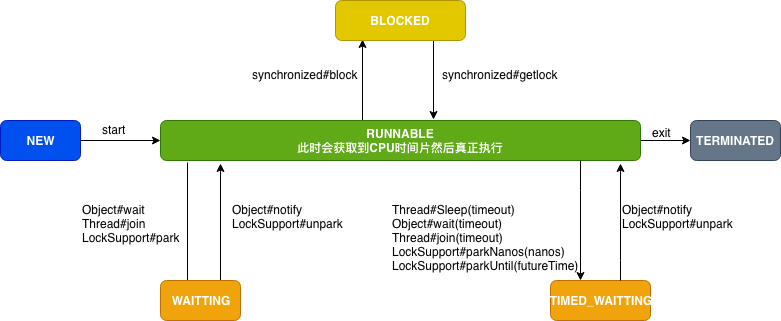
This is java/lock/ref/juc-thread-jvm-state.png from time-sliders/note, a draw.io export, as it was before one commit. Source tidied: cells renumbered, new cells last; positions are measured from the earlier drawing's top-left corner, leaving out a move shared by most shapes. The source it was exported from:
```xml
<mxGraphModel>
  <root>
    <mxCell id="0" />
    <mxCell id="1" parent="0" />
    <mxCell id="2" style="edgeStyle=orthogonalEdgeStyle;rounded=0;jettySize=auto;html=1;" parent="1" edge="1" source="3" target="7">
      <mxGeometry relative="1" as="geometry" />
    </mxCell>
    <mxCell id="3" value="NEW" style="rounded=1;whiteSpace=wrap;html=1;fontStyle=1;fillColor=#0050ef;strokeColor=#001DBC;fontColor=#ffffff;" parent="1" vertex="1">
      <mxGeometry y="120" width="80" height="40" as="geometry" />
    </mxCell>
    <mxCell id="4" style="edgeStyle=orthogonalEdgeStyle;rounded=0;orthogonalLoop=1;jettySize=auto;html=1;" parent="1" edge="1">
      <mxGeometry relative="1" as="geometry">
        <mxPoint x="187" y="162" as="sourcePoint" />
        <mxPoint x="187" y="299" as="targetPoint" />
      </mxGeometry>
    </mxCell>
    <mxCell id="5" style="edgeStyle=orthogonalEdgeStyle;rounded=0;jettySize=auto;html=1;" parent="1" edge="1" source="7" target="10">
      <mxGeometry relative="1" as="geometry" />
    </mxCell>
    <mxCell id="6" style="edgeStyle=orthogonalEdgeStyle;rounded=0;jettySize=auto;html=1;entryX=0.208;entryY=0.975;entryDx=0;entryDy=0;exitX=0.5;exitY=0;exitDx=0;exitDy=0;entryPerimeter=0;" parent="1" edge="1" target="9">
      <mxGeometry relative="1" as="geometry">
        <mxPoint x="362" y="120" as="sourcePoint" />
      </mxGeometry>
    </mxCell>
    <mxCell id="7" value="RUNNABLE&lt;br&gt;此时会获取到CPU时间片然后真正执行&lt;br&gt;" style="rounded=1;whiteSpace=wrap;html=1;fontStyle=1;fillColor=#60a917;strokeColor=#2D7600;fontColor=#ffffff;" parent="1" vertex="1">
      <mxGeometry x="160" y="120" width="480" height="40" as="geometry" />
    </mxCell>
    <mxCell id="8" style="edgeStyle=orthogonalEdgeStyle;rounded=0;jettySize=auto;html=1;exitX=0.75;exitY=1;exitDx=0;exitDy=0;" parent="1" edge="1" source="9">
      <mxGeometry relative="1" as="geometry">
        <mxPoint x="433" y="119" as="targetPoint" />
      </mxGeometry>
    </mxCell>
    <mxCell id="9" value="BLOCKED" style="rounded=1;whiteSpace=wrap;html=1;fontStyle=1;fillColor=#e3c800;strokeColor=#B09500;fontColor=#ffffff;" parent="1" vertex="1">
      <mxGeometry x="335" width="130" height="40" as="geometry" />
    </mxCell>
    <mxCell id="10" value="&lt;strong&gt;&lt;span&gt;TERMINATED&lt;/span&gt;&lt;/strong&gt;" style="rounded=1;whiteSpace=wrap;html=1;fillColor=#647687;strokeColor=#314354;fontColor=#ffffff;" parent="1" vertex="1">
      <mxGeometry x="690" y="120" width="90" height="40" as="geometry" />
    </mxCell>
    <mxCell id="11" style="edgeStyle=orthogonalEdgeStyle;rounded=0;jettySize=auto;html=1;exitX=0.75;exitY=0;exitDx=0;exitDy=0;" parent="1" edge="1" source="12">
      <mxGeometry relative="1" as="geometry">
        <mxPoint x="220" y="163" as="targetPoint" />
      </mxGeometry>
    </mxCell>
    <mxCell id="12" value="WAITTING&lt;br&gt;" style="rounded=1;whiteSpace=wrap;html=1;fontStyle=1;fillColor=#f0a30a;strokeColor=#BD7000;fontColor=#ffffff;" parent="1" vertex="1">
      <mxGeometry x="160" y="280" width="80" height="40" as="geometry" />
    </mxCell>
    <mxCell id="13" value="Object#wait&lt;br&gt;Thread#join&lt;br&gt;LockSupport#park&lt;br&gt;&lt;br&gt;" style="text;html=1;align=left;verticalAlign=top;spacingTop=-4;" parent="1" vertex="1">
      <mxGeometry x="80" y="200" width="110" height="60" as="geometry" />
    </mxCell>
    <mxCell id="14" value="Object#notify&lt;br&gt;LockSupport#unpark&lt;br&gt;" style="text;html=1;align=left;verticalAlign=top;spacingTop=-4;" parent="1" vertex="1">
      <mxGeometry x="230" y="200" width="130" height="30" as="geometry" />
    </mxCell>
    <mxCell id="15" value="TIMED_WAITTING&lt;br&gt;" style="rounded=1;whiteSpace=wrap;html=1;fontStyle=1;fillColor=#f0a30a;strokeColor=#BD7000;fontColor=#ffffff;" parent="1" vertex="1">
      <mxGeometry x="550" y="280" width="100" height="40" as="geometry" />
    </mxCell>
    <mxCell id="16" style="edgeStyle=orthogonalEdgeStyle;rounded=0;orthogonalLoop=1;jettySize=auto;html=1;exitX=0.054;exitY=1;exitDx=0;exitDy=0;exitPerimeter=0;" parent="1" edge="1">
      <mxGeometry relative="1" as="geometry">
        <mxPoint x="579.5" y="160" as="sourcePoint" />
        <mxPoint x="580" y="280" as="targetPoint" />
        <Array as="points">
          <mxPoint x="580" y="190" />
          <mxPoint x="580" y="190" />
        </Array>
      </mxGeometry>
    </mxCell>
    <mxCell id="17" style="edgeStyle=orthogonalEdgeStyle;rounded=0;orthogonalLoop=1;jettySize=auto;html=1;" parent="1" edge="1">
      <mxGeometry relative="1" as="geometry">
        <mxPoint x="620" y="280" as="sourcePoint" />
        <mxPoint x="619.5" y="163" as="targetPoint" />
        <Array as="points">
          <mxPoint x="620" y="260" />
          <mxPoint x="620" y="260" />
        </Array>
      </mxGeometry>
    </mxCell>
    <mxCell id="18" value="Thread#Sleep(timeout)&lt;br&gt;Object#wait(&lt;span&gt;timeout&lt;/span&gt;)&lt;br&gt;Thread#join(timeout)&lt;br&gt;LockSupport#parkNanos(nanos)&lt;br&gt;LockSupport#parkUntil(futureTime)&lt;br&gt;" style="text;html=1;align=left;verticalAlign=top;spacingTop=-4;" parent="1" vertex="1">
      <mxGeometry x="390" y="200" width="200" height="70" as="geometry" />
    </mxCell>
    <mxCell id="19" value="Object#notify&lt;br&gt;LockSupport#unpark&lt;br&gt;" style="text;html=1;align=left;verticalAlign=top;spacingTop=-4;" parent="1" vertex="1">
      <mxGeometry x="620" y="200" width="130" height="30" as="geometry" />
    </mxCell>
    <mxCell id="20" value="synchronized#block" style="text;html=1;align=left;verticalAlign=top;spacingTop=-4;" parent="1" vertex="1">
      <mxGeometry x="250" y="65" width="120" height="20" as="geometry" />
    </mxCell>
    <mxCell id="21" value="synchronized#getlock" style="text;html=1;align=left;verticalAlign=top;spacingTop=-4;" parent="1" vertex="1">
      <mxGeometry x="440" y="65" width="130" height="20" as="geometry" />
    </mxCell>
    <mxCell id="22" value="exit" style="text;html=1;align=left;verticalAlign=top;spacingTop=-4;" parent="1" vertex="1">
      <mxGeometry x="650" y="123" width="30" height="20" as="geometry" />
    </mxCell>
    <mxCell id="23" value="start" style="text;html=1;align=left;verticalAlign=top;spacingTop=-4;" parent="1" vertex="1">
      <mxGeometry x="100" y="120" width="40" height="20" as="geometry" />
    </mxCell>
  </root>
</mxGraphModel>
```
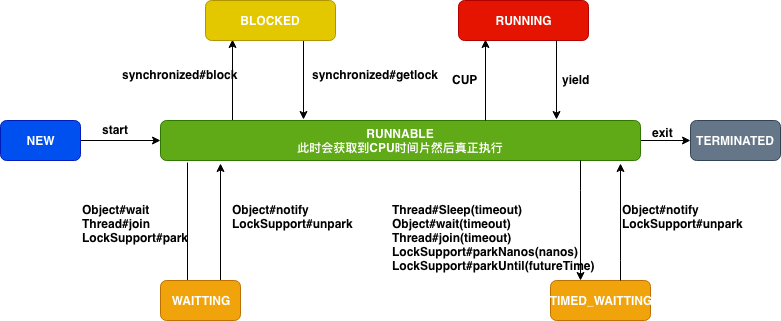
Above is the later version.

Change to the diagram source:
```diff
@@ -2,41 +2,41 @@
   <root>
     <mxCell id="0" />
     <mxCell id="1" parent="0" />
-    <mxCell id="2" style="edgeStyle=orthogonalEdgeStyle;rounded=0;jettySize=auto;html=1;" parent="1" edge="1" source="3" target="7">
+    <mxCell id="2" style="edgeStyle=orthogonalEdgeStyle;rounded=0;jettySize=auto;html=1;fontStyle=1;" parent="1" edge="1" source="3" target="7">
       <mxGeometry relative="1" as="geometry" />
     </mxCell>
     <mxCell id="3" value="NEW" style="rounded=1;whiteSpace=wrap;html=1;fontStyle=1;fillColor=#0050ef;strokeColor=#001DBC;fontColor=#ffffff;" parent="1" vertex="1">
       <mxGeometry y="120" width="80" height="40" as="geometry" />
     </mxCell>
-    <mxCell id="4" style="edgeStyle=orthogonalEdgeStyle;rounded=0;orthogonalLoop=1;jettySize=auto;html=1;" parent="1" edge="1">
+    <mxCell id="4" style="edgeStyle=orthogonalEdgeStyle;rounded=0;orthogonalLoop=1;jettySize=auto;html=1;fontStyle=1;" parent="1" edge="1">
       <mxGeometry relative="1" as="geometry">
         <mxPoint x="187" y="162" as="sourcePoint" />
         <mxPoint x="187" y="299" as="targetPoint" />
       </mxGeometry>
     </mxCell>
-    <mxCell id="5" style="edgeStyle=orthogonalEdgeStyle;rounded=0;jettySize=auto;html=1;" parent="1" edge="1" source="7" target="10">
+    <mxCell id="5" style="edgeStyle=orthogonalEdgeStyle;rounded=0;jettySize=auto;html=1;fontStyle=1;" parent="1" edge="1" source="7" target="10">
       <mxGeometry relative="1" as="geometry" />
     </mxCell>
-    <mxCell id="6" style="edgeStyle=orthogonalEdgeStyle;rounded=0;jettySize=auto;html=1;entryX=0.208;entryY=0.975;entryDx=0;entryDy=0;exitX=0.5;exitY=0;exitDx=0;exitDy=0;entryPerimeter=0;" parent="1" edge="1" target="9">
+    <mxCell id="6" style="edgeStyle=orthogonalEdgeStyle;rounded=0;jettySize=auto;html=1;entryX=0.208;entryY=0.975;entryDx=0;entryDy=0;exitX=0.5;exitY=0;exitDx=0;exitDy=0;entryPerimeter=0;fontStyle=1;" parent="1" edge="1" target="9">
       <mxGeometry relative="1" as="geometry">
-        <mxPoint x="362" y="120" as="sourcePoint" />
+        <mxPoint x="232" y="120" as="sourcePoint" />
       </mxGeometry>
     </mxCell>
     <mxCell id="7" value="RUNNABLE&lt;br&gt;此时会获取到CPU时间片然后真正执行&lt;br&gt;" style="rounded=1;whiteSpace=wrap;html=1;fontStyle=1;fillColor=#60a917;strokeColor=#2D7600;fontColor=#ffffff;" parent="1" vertex="1">
       <mxGeometry x="160" y="120" width="480" height="40" as="geometry" />
     </mxCell>
-    <mxCell id="8" style="edgeStyle=orthogonalEdgeStyle;rounded=0;jettySize=auto;html=1;exitX=0.75;exitY=1;exitDx=0;exitDy=0;" parent="1" edge="1" source="9">
+    <mxCell id="8" style="edgeStyle=orthogonalEdgeStyle;rounded=0;jettySize=auto;html=1;exitX=0.75;exitY=1;exitDx=0;exitDy=0;fontStyle=1;" parent="1" edge="1" source="9">
       <mxGeometry relative="1" as="geometry">
-        <mxPoint x="433" y="119" as="targetPoint" />
+        <mxPoint x="303" y="119" as="targetPoint" />
       </mxGeometry>
     </mxCell>
     <mxCell id="9" value="BLOCKED" style="rounded=1;whiteSpace=wrap;html=1;fontStyle=1;fillColor=#e3c800;strokeColor=#B09500;fontColor=#ffffff;" parent="1" vertex="1">
-      <mxGeometry x="335" width="130" height="40" as="geometry" />
+      <mxGeometry x="205" width="130" height="40" as="geometry" />
     </mxCell>
-    <mxCell id="10" value="&lt;strong&gt;&lt;span&gt;TERMINATED&lt;/span&gt;&lt;/strong&gt;" style="rounded=1;whiteSpace=wrap;html=1;fillColor=#647687;strokeColor=#314354;fontColor=#ffffff;" parent="1" vertex="1">
+    <mxCell id="10" value="&lt;strong&gt;&lt;span&gt;TERMINATED&lt;/span&gt;&lt;/strong&gt;" style="rounded=1;whiteSpace=wrap;html=1;fillColor=#647687;strokeColor=#314354;fontColor=#ffffff;fontStyle=1;" parent="1" vertex="1">
       <mxGeometry x="690" y="120" width="90" height="40" as="geometry" />
     </mxCell>
-    <mxCell id="11" style="edgeStyle=orthogonalEdgeStyle;rounded=0;jettySize=auto;html=1;exitX=0.75;exitY=0;exitDx=0;exitDy=0;" parent="1" edge="1" source="12">
+    <mxCell id="11" style="edgeStyle=orthogonalEdgeStyle;rounded=0;jettySize=auto;html=1;exitX=0.75;exitY=0;exitDx=0;exitDy=0;fontStyle=1;" parent="1" edge="1" source="12">
       <mxGeometry relative="1" as="geometry">
         <mxPoint x="220" y="163" as="targetPoint" />
       </mxGeometry>
@@ -44,16 +44,16 @@
     <mxCell id="12" value="WAITTING&lt;br&gt;" style="rounded=1;whiteSpace=wrap;html=1;fontStyle=1;fillColor=#f0a30a;strokeColor=#BD7000;fontColor=#ffffff;" parent="1" vertex="1">
       <mxGeometry x="160" y="280" width="80" height="40" as="geometry" />
     </mxCell>
-    <mxCell id="13" value="Object#wait&lt;br&gt;Thread#join&lt;br&gt;LockSupport#park&lt;br&gt;&lt;br&gt;" style="text;html=1;align=left;verticalAlign=top;spacingTop=-4;" parent="1" vertex="1">
+    <mxCell id="13" value="Object#wait&lt;br&gt;Thread#join&lt;br&gt;LockSupport#park&lt;br&gt;&lt;br&gt;" style="text;html=1;align=left;verticalAlign=top;spacingTop=-4;fontStyle=1;" parent="1" vertex="1">
       <mxGeometry x="80" y="200" width="110" height="60" as="geometry" />
     </mxCell>
-    <mxCell id="14" value="Object#notify&lt;br&gt;LockSupport#unpark&lt;br&gt;" style="text;html=1;align=left;verticalAlign=top;spacingTop=-4;" parent="1" vertex="1">
+    <mxCell id="14" value="Object#notify&lt;br&gt;LockSupport#unpark&lt;br&gt;" style="text;html=1;align=left;verticalAlign=top;spacingTop=-4;fontStyle=1;" parent="1" vertex="1">
       <mxGeometry x="230" y="200" width="130" height="30" as="geometry" />
     </mxCell>
     <mxCell id="15" value="TIMED_WAITTING&lt;br&gt;" style="rounded=1;whiteSpace=wrap;html=1;fontStyle=1;fillColor=#f0a30a;strokeColor=#BD7000;fontColor=#ffffff;" parent="1" vertex="1">
       <mxGeometry x="550" y="280" width="100" height="40" as="geometry" />
     </mxCell>
-    <mxCell id="16" style="edgeStyle=orthogonalEdgeStyle;rounded=0;orthogonalLoop=1;jettySize=auto;html=1;exitX=0.054;exitY=1;exitDx=0;exitDy=0;exitPerimeter=0;" parent="1" edge="1">
+    <mxCell id="16" style="edgeStyle=orthogonalEdgeStyle;rounded=0;orthogonalLoop=1;jettySize=auto;html=1;exitX=0.054;exitY=1;exitDx=0;exitDy=0;exitPerimeter=0;fontStyle=1;" parent="1" edge="1">
       <mxGeometry relative="1" as="geometry">
         <mxPoint x="579.5" y="160" as="sourcePoint" />
         <mxPoint x="580" y="280" as="targetPoint" />
@@ -63,7 +63,7 @@
         </Array>
       </mxGeometry>
     </mxCell>
-    <mxCell id="17" style="edgeStyle=orthogonalEdgeStyle;rounded=0;orthogonalLoop=1;jettySize=auto;html=1;" parent="1" edge="1">
+    <mxCell id="17" style="edgeStyle=orthogonalEdgeStyle;rounded=0;orthogonalLoop=1;jettySize=auto;html=1;fontStyle=1;" parent="1" edge="1">
       <mxGeometry relative="1" as="geometry">
         <mxPoint x="620" y="280" as="sourcePoint" />
         <mxPoint x="619.5" y="163" as="targetPoint" />
@@ -73,23 +73,42 @@
         </Array>
       </mxGeometry>
     </mxCell>
-    <mxCell id="18" value="Thread#Sleep(timeout)&lt;br&gt;Object#wait(&lt;span&gt;timeout&lt;/span&gt;)&lt;br&gt;Thread#join(timeout)&lt;br&gt;LockSupport#parkNanos(nanos)&lt;br&gt;LockSupport#parkUntil(futureTime)&lt;br&gt;" style="text;html=1;align=left;verticalAlign=top;spacingTop=-4;" parent="1" vertex="1">
+    <mxCell id="18" value="Thread#Sleep(timeout)&lt;br&gt;Object#wait(&lt;span&gt;timeout&lt;/span&gt;)&lt;br&gt;Thread#join(timeout)&lt;br&gt;LockSupport#parkNanos(nanos)&lt;br&gt;LockSupport#parkUntil(futureTime)&lt;br&gt;" style="text;html=1;align=left;verticalAlign=top;spacingTop=-4;fontStyle=1;" parent="1" vertex="1">
       <mxGeometry x="390" y="200" width="200" height="70" as="geometry" />
     </mxCell>
-    <mxCell id="19" value="Object#notify&lt;br&gt;LockSupport#unpark&lt;br&gt;" style="text;html=1;align=left;verticalAlign=top;spacingTop=-4;" parent="1" vertex="1">
+    <mxCell id="19" value="Object#notify&lt;br&gt;LockSupport#unpark&lt;br&gt;" style="text;html=1;align=left;verticalAlign=top;spacingTop=-4;fontStyle=1;" parent="1" vertex="1">
       <mxGeometry x="620" y="200" width="130" height="30" as="geometry" />
     </mxCell>
-    <mxCell id="20" value="synchronized#block" style="text;html=1;align=left;verticalAlign=top;spacingTop=-4;" parent="1" vertex="1">
-      <mxGeometry x="250" y="65" width="120" height="20" as="geometry" />
+    <mxCell id="20" value="synchronized#block" style="text;html=1;align=left;verticalAlign=top;spacingTop=-4;fontStyle=1;" parent="1" vertex="1">
+      <mxGeometry x="120" y="65" width="120" height="20" as="geometry" />
     </mxCell>
-    <mxCell id="21" value="synchronized#getlock" style="text;html=1;align=left;verticalAlign=top;spacingTop=-4;" parent="1" vertex="1">
-      <mxGeometry x="440" y="65" width="130" height="20" as="geometry" />
+    <mxCell id="21" value="synchronized#getlock" style="text;html=1;align=left;verticalAlign=top;spacingTop=-4;fontStyle=1;" parent="1" vertex="1">
+      <mxGeometry x="310" y="65" width="130" height="20" as="geometry" />
     </mxCell>
-    <mxCell id="22" value="exit" style="text;html=1;align=left;verticalAlign=top;spacingTop=-4;" parent="1" vertex="1">
+    <mxCell id="22" value="exit" style="text;html=1;align=left;verticalAlign=top;spacingTop=-4;fontStyle=1;" parent="1" vertex="1">
       <mxGeometry x="650" y="123" width="30" height="20" as="geometry" />
     </mxCell>
-    <mxCell id="23" value="start" style="text;html=1;align=left;verticalAlign=top;spacingTop=-4;" parent="1" vertex="1">
+    <mxCell id="23" value="start" style="text;html=1;align=left;verticalAlign=top;spacingTop=-4;fontStyle=1;" parent="1" vertex="1">
       <mxGeometry x="100" y="120" width="40" height="20" as="geometry" />
     </mxCell>
+    <mxCell id="24" value="RUNNING" style="rounded=1;whiteSpace=wrap;html=1;fontStyle=1;fillColor=#e51400;strokeColor=#B20000;fontColor=#ffffff;" parent="1" vertex="1">
+      <mxGeometry x="458" width="130" height="40" as="geometry" />
+    </mxCell>
+    <mxCell id="25" style="edgeStyle=orthogonalEdgeStyle;rounded=0;jettySize=auto;html=1;exitX=0.75;exitY=1;exitDx=0;exitDy=0;fontStyle=1;" parent="1" edge="1" source="24">
+      <mxGeometry relative="1" as="geometry">
+        <mxPoint x="556" y="119" as="targetPoint" />
+      </mxGeometry>
+    </mxCell>
+    <mxCell id="26" style="edgeStyle=orthogonalEdgeStyle;rounded=0;jettySize=auto;html=1;entryX=0.208;entryY=0.975;entryDx=0;entryDy=0;exitX=0.5;exitY=0;exitDx=0;exitDy=0;entryPerimeter=0;fontStyle=1;" parent="1" edge="1" target="24">
+      <mxGeometry relative="1" as="geometry">
+        <mxPoint x="485" y="120" as="sourcePoint" />
+      </mxGeometry>
+    </mxCell>
+    <mxCell id="27" value="yield&lt;br&gt;" style="text;html=1;align=left;verticalAlign=top;spacingTop=-4;fontStyle=1;" parent="1" vertex="1">
+      <mxGeometry x="560" y="70" width="40" height="20" as="geometry" />
+    </mxCell>
+    <mxCell id="28" value="CUP" style="text;html=1;align=left;verticalAlign=top;spacingTop=-4;fontStyle=1;" parent="1" vertex="1">
+      <mxGeometry x="450" y="70" width="40" height="20" as="geometry" />
+    </mxCell>
   </root>
 </mxGraphModel>
```
